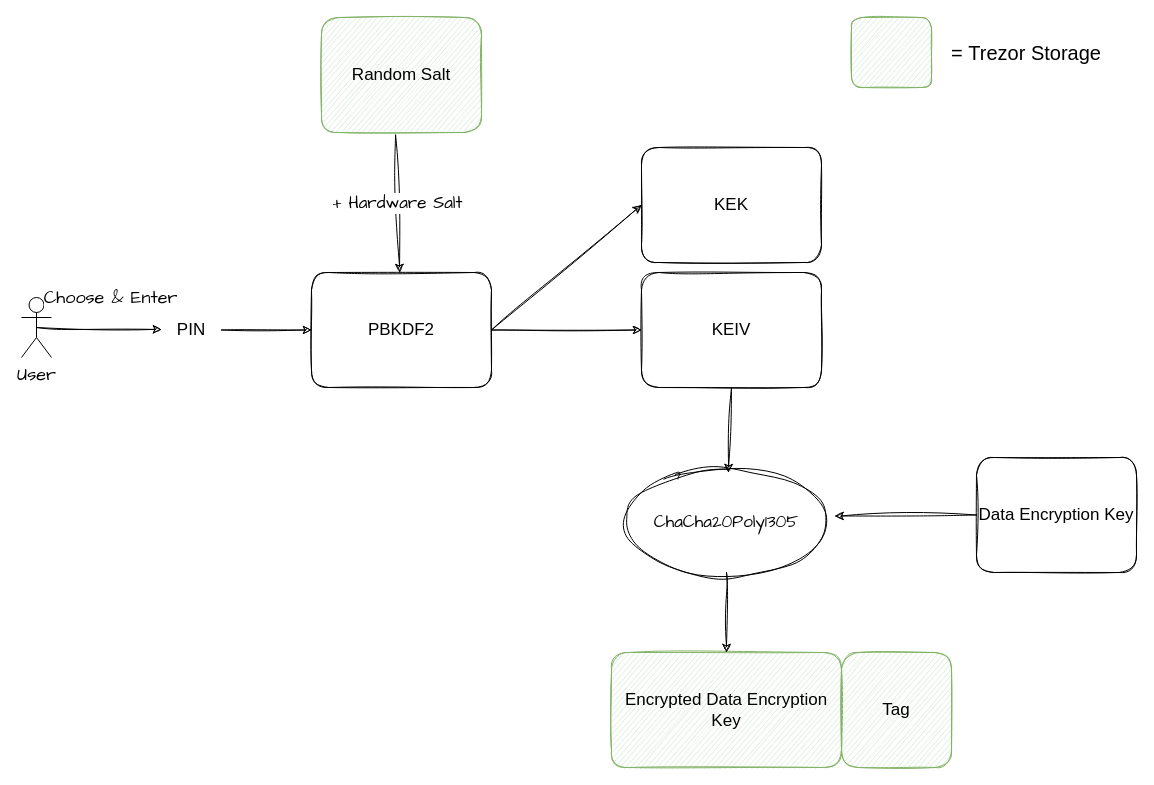
Earlier version of the draw.io diagram schema/wallet/trezor.drawio (rya-sge/access-denied). Source tidied: cells renumbered, new cells numbered last; positions are measured from the earlier drawing's top-left corner, leaving out a move shared by most shapes. Both pictures are drawn from the tidied source at 100%, with x=0, y=0 at pixel (21, 17).
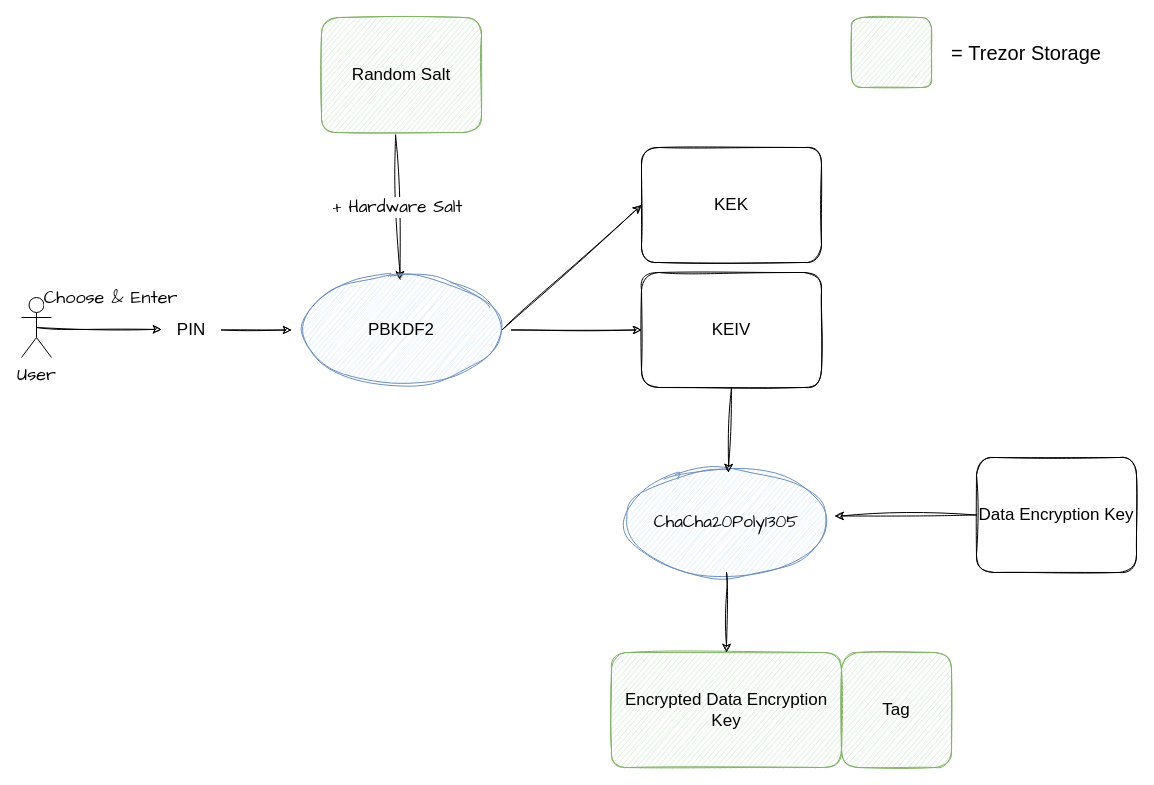
After the change.

The change refers to these unchanged cells:
```xml
<mxCell id="5" value="KEK" style="rounded=1;whiteSpace=wrap;html=1;sketch=1;fontSize=17;" parent="1" vertex="1">
  <mxGeometry x="620" y="130" width="180" height="115" as="geometry" />
</mxCell>
<mxCell id="6" value="KEIV" style="rounded=1;whiteSpace=wrap;html=1;sketch=1;fontSize=17;" parent="1" vertex="1">
  <mxGeometry x="620" y="255" width="180" height="115" as="geometry" />
</mxCell>
```

Diff of the diagram source:
```diff
@@
-    <mxCell id="3" value="PBKDF2" style="rounded=1;whiteSpace=wrap;html=1;sketch=1;fontSize=17;" parent="1" vertex="1">
-      <mxGeometry x="290" y="255" width="180" height="115" as="geometry" />
-    </mxCell>
@@
-    <mxCell id="10" value="ChaCha20Poly1305" style="ellipse;whiteSpace=wrap;html=1;sketch=1;hachureGap=4;jiggle=2;fontFamily=Architects Daughter;fontSize=17;" parent="1" vertex="1">
+    <mxCell id="10" value="ChaCha20Poly1305" style="ellipse;whiteSpace=wrap;html=1;sketch=1;hachureGap=4;jiggle=2;fontFamily=Architects Daughter;fontSize=17;fillColor=#dae8fc;strokeColor=#6c8ebf;" parent="1" vertex="1">
       <mxGeometry x="595" y="455" width="220" height="100" as="geometry" />
     </mxCell>
@@
-    <mxCell id="16" style="endArrow=classic;html=1;rounded=0;sketch=1;hachureGap=4;jiggle=2;fontFamily=Architects Daughter;fontSize=17;exitX=1;exitY=0.5;exitDx=0;exitDy=0;entryX=0;entryY=0.5;entryDx=0;entryDy=0;" parent="1" edge="1" source="3" target="5">
-      <mxGeometry relative="1" as="geometry" />
+    <mxCell id="16" style="endArrow=classic;html=1;rounded=0;sketch=1;hachureGap=4;jiggle=2;fontFamily=Architects Daughter;fontSize=17;entryX=0;entryY=0.5;entryDx=0;entryDy=0;" parent="1" edge="1" target="5">
+      <mxGeometry relative="1" as="geometry">
+        <mxPoint x="480" y="313" as="sourcePoint" />
+      </mxGeometry>
     </mxCell>
-    <mxCell id="17" style="endArrow=classic;html=1;rounded=0;sketch=1;hachureGap=4;jiggle=2;fontFamily=Architects Daughter;fontSize=17;entryX=0;entryY=0.5;entryDx=0;entryDy=0;" parent="1" edge="1" source="3" target="6">
+    <mxCell id="17" style="endArrow=classic;html=1;rounded=0;sketch=1;hachureGap=4;jiggle=2;fontFamily=Architects Daughter;fontSize=17;entryX=0;entryY=0.5;entryDx=0;entryDy=0;exitX=1;exitY=0.5;exitDx=0;exitDy=0;" parent="1" edge="1" source="3" target="6">
       <mxGeometry relative="1" as="geometry" />
     </mxCell>
@@
+    <mxCell id="3" value="&lt;span style=&quot;font-family: Helvetica;&quot;&gt;PBKDF2&lt;/span&gt;" style="ellipse;whiteSpace=wrap;html=1;sketch=1;hachureGap=4;jiggle=2;fontFamily=Architects Daughter;fontSize=17;fillColor=#dae8fc;strokeColor=#6c8ebf;" parent="1" vertex="1">
+      <mxGeometry x="270" y="262.5" width="220" height="100" as="geometry" />
+    </mxCell>
```
